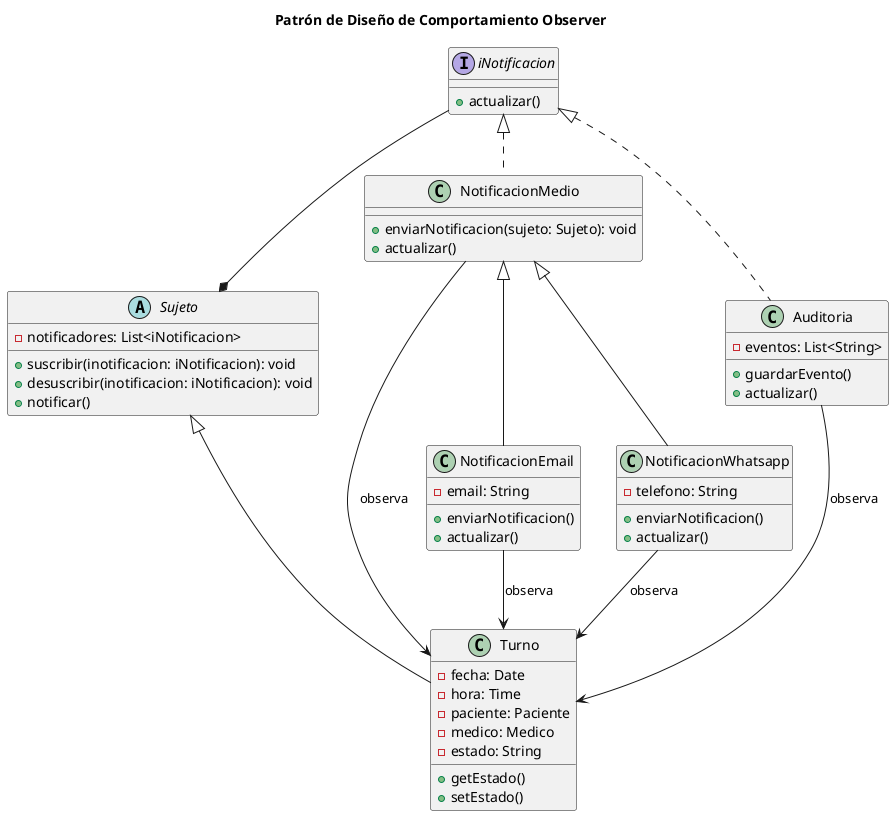
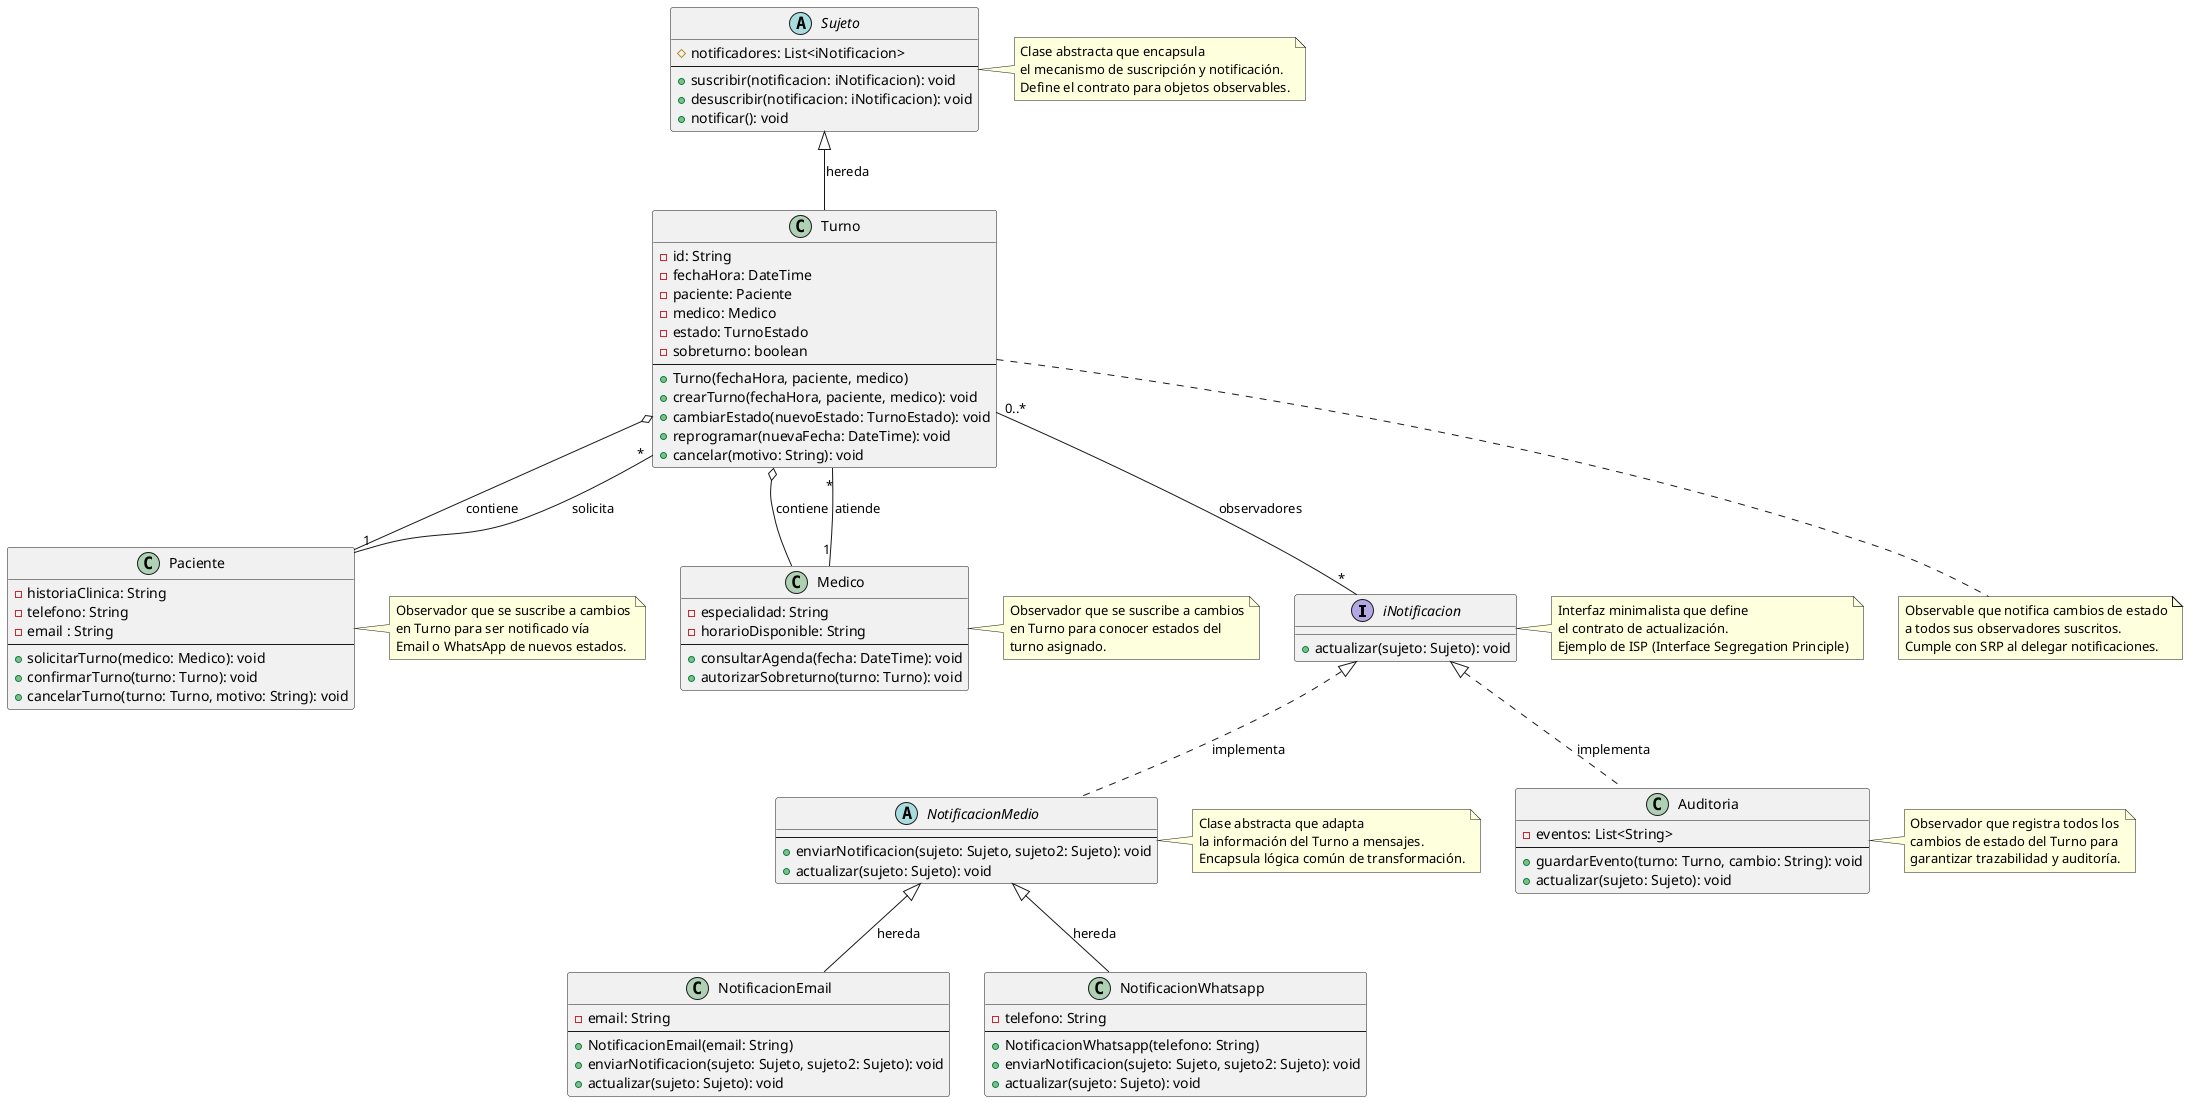
- @startuml 01-patron-comportamiento-observer
+ @startuml Patrón Observer en Sistema de Turnos Médicos

- title Patrón de Diseño de Comportamiento Observer
+ ' ==================== CLASES ABSTRACTAS Y INTERFACES ====================
+ 
+ interface iNotificacion {
+     + actualizar(sujeto: Sujeto): void
+ }

abstract class Sujeto {
-     -notificadores: List<iNotificacion>
-     +suscribir(inotificacion: iNotificacion): void
-     +desuscribir(inotificacion: iNotificacion): void
-     +notificar()
+     # notificadores: List<iNotificacion>
+     --
+     + suscribir(notificacion: iNotificacion): void
+     + desuscribir(notificacion: iNotificacion): void
+     + notificar(): void
}

- Interface iNotificacion {
-     +actualizar()
+ abstract class NotificacionMedio {
+     --
+     + enviarNotificacion(sujeto: Sujeto, sujeto2: Sujeto): void
+     + actualizar(sujeto: Sujeto): void
}

- class Turno{
-     -fecha: Date
-     -hora: Time
-     -paciente: Paciente
-     -medico: Medico
-     -estado: String
+ ' ==================== CLASES CONCRETAS ====================

-     +getEstado()
-     +setEstado()
+ class Turno {
+     - id: String
+     - fechaHora: DateTime
+     - paciente: Paciente
+     - medico: Medico
+     - estado: TurnoEstado
+     - sobreturno: boolean
+     --
+     + Turno(fechaHora, paciente, medico)
+     + crearTurno(fechaHora, paciente, medico): void
+     + cambiarEstado(nuevoEstado: TurnoEstado): void
+     + reprogramar(nuevaFecha: DateTime): void
+     + cancelar(motivo: String): void
}

- class NotificacionMedio{
-     +enviarNotificacion(sujeto: Sujeto): void
-     +actualizar()
+ class NotificacionEmail {
+     - email: String
+     --
+     + NotificacionEmail(email: String)
+     + enviarNotificacion(sujeto: Sujeto, sujeto2: Sujeto): void
+     + actualizar(sujeto: Sujeto): void
}

- class NotificacionEmail{
-     -email: String
- 
-     +enviarNotificacion()
-     +actualizar()
+ class NotificacionWhatsapp {
+     - telefono: String
+     --
+     + NotificacionWhatsapp(telefono: String)
+     + enviarNotificacion(sujeto: Sujeto, sujeto2: Sujeto): void
+     + actualizar(sujeto: Sujeto): void
}

- class NotificacionWhatsapp{
-     -telefono: String
- 
-     +enviarNotificacion()
-     +actualizar()
+ class Auditoria {
+     - eventos: List<String>
+     --
+     + guardarEvento(turno: Turno, cambio: String): void
+     + actualizar(sujeto: Sujeto): void
}

- class Auditoria{
-     -eventos: List<String>
- 
-     +guardarEvento()
-     +actualizar()
+ class Paciente {
+     - historiaClinica: String
+     - telefono: String
+     - email : String
+     --
+     + solicitarTurno(medico: Medico): void
+     + confirmarTurno(turno: Turno): void
+     + cancelarTurno(turno: Turno, motivo: String): void
}

- Sujeto <|-- Turno
+ class Medico {
+     - especialidad: String
+     - horarioDisponible: String
+     --
+     + consultarAgenda(fecha: DateTime): void
+     + autorizarSobreturno(turno: Turno): void
+ }

- iNotificacion <|.. NotificacionMedio
- NotificacionMedio --> Turno : observa
+ ' ==================== RELACIONES DE HERENCIA ====================

- iNotificacion --* Sujeto
+ Sujeto <|-- Turno : hereda

- NotificacionEmail --> Turno : observa
- NotificacionWhatsapp --> Turno : observa
+ ' ==================== RELACIONES DE IMPLEMENTACIÓN ====================

- NotificacionMedio <|-- NotificacionEmail
- NotificacionMedio <|-- NotificacionWhatsapp
+ iNotificacion <|.. NotificacionMedio : implementa
+ iNotificacion <|.. Auditoria : implementa

- iNotificacion <|.. Auditoria
+ ' ==================== RELACIONES DE COMPOSICIÓN Y AGREGACIÓN ====================

- Auditoria --> Turno : observa
+ NotificacionMedio <|-- NotificacionEmail : hereda
+ NotificacionMedio <|-- NotificacionWhatsapp : hereda

- @enduml+ Turno o-- Paciente : contiene
+ Turno o-- Medico : contiene
+ 
+ ' ==================== RELACIONES DE ASOCIACIÓN ====================
+ 
+ Turno "0..*" -- "*" iNotificacion : observadores
+ 
+ Paciente "1" -- "*" Turno : solicita
+ Medico "1" -- "*" Turno : atiende
+ 
+ ' ==================== ANOTACIONES ====================
+ 
+ note right of Sujeto
+   Clase abstracta que encapsula
+   el mecanismo de suscripción y notificación.
+   Define el contrato para objetos observables.
+ end note
+ 
+ note right of iNotificacion
+   Interfaz minimalista que define
+   el contrato de actualización.
+   Ejemplo de ISP (Interface Segregation Principle)
+ end note
+ 
+ note right of NotificacionMedio
+   Clase abstracta que adapta
+   la información del Turno a mensajes.
+   Encapsula lógica común de transformación.
+ end note
+ 
+ note bottom of Turno
+   Observable que notifica cambios de estado
+   a todos sus observadores suscritos.
+   Cumple con SRP al delegar notificaciones.
+ end note
+ 
+ note right of Paciente
+   Observador que se suscribe a cambios
+   en Turno para ser notificado vía
+   Email o WhatsApp de nuevos estados.
+ end note
+ 
+ note right of Medico
+   Observador que se suscribe a cambios
+   en Turno para conocer estados del
+   turno asignado.
+ end note
+ 
+ note right of Auditoria
+   Observador que registra todos los
+   cambios de estado del Turno para
+   garantizar trazabilidad y auditoría.
+ end note
+ 
+ @enduml
